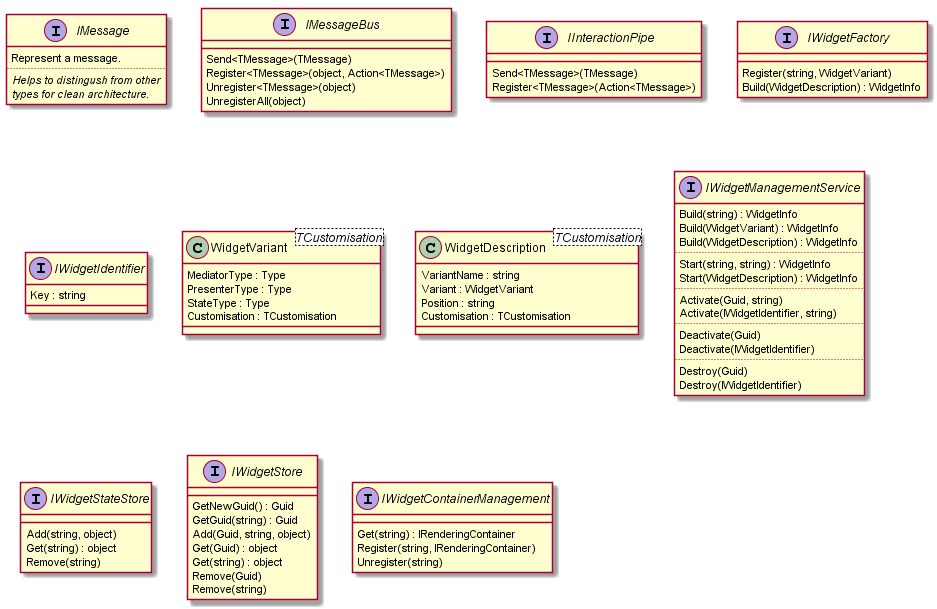
Above: docs/diagrams/architecture.png in akobr/blazor.widgetised (PlantUML), before the change.
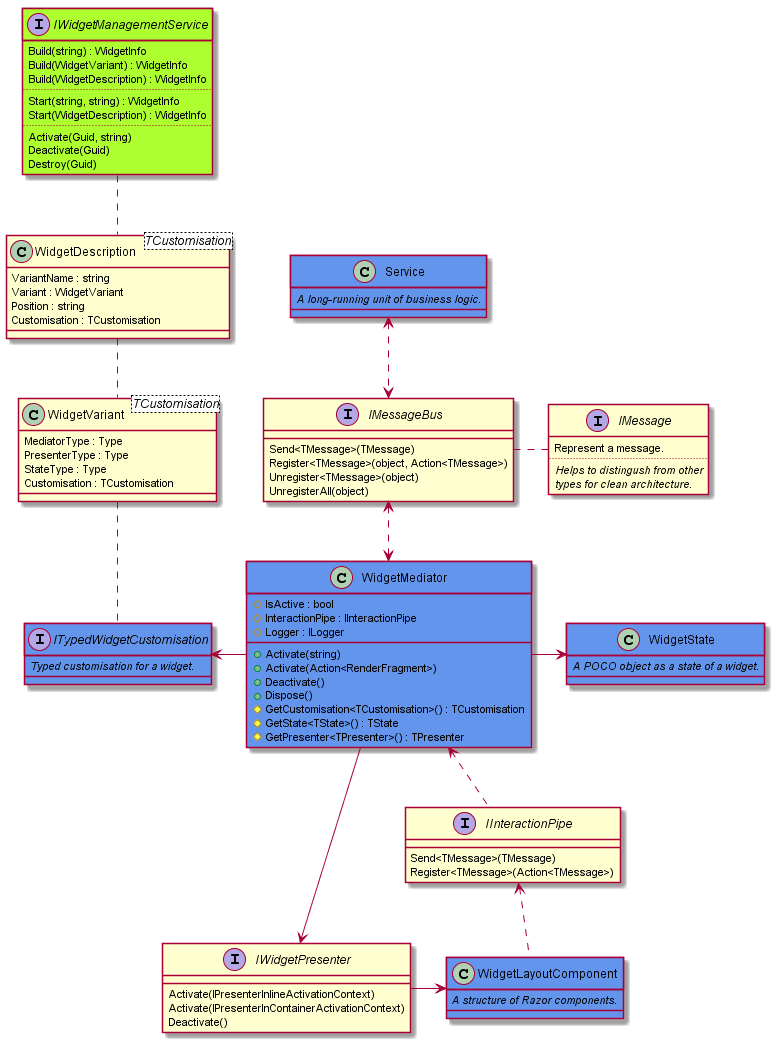
Above is the later version.

What changed in the source:
```diff
@@ -19,15 +19,6 @@
     Register<TMessage>(Action<TMessage>)
 }
 
-interface IWidgetFactory {
-    Register(string, WidgetVariant)
-    Build(WidgetDescription) : WidgetInfo
-}
-
-interface IWidgetIdentifier {
-    Key : string
-}
-
 class WidgetVariant<TCustomisation> {
     MediatorType : Type
     PresenterType : Type
@@ -42,7 +33,7 @@
     Customisation : TCustomisation
 }
 
-interface IWidgetManagementService {
+interface IWidgetManagementService #GreenYellow {
     Build(string) : WidgetInfo
     Build(WidgetVariant) : WidgetInfo
     Build(WidgetDescription) : WidgetInfo
@@ -51,35 +42,59 @@
     Start(WidgetDescription) : WidgetInfo
     ..
     Activate(Guid, string)
-    Activate(IWidgetIdentifier, string)
-    ..
     Deactivate(Guid)
-    Deactivate(IWidgetIdentifier)
-    ..
     Destroy(Guid)
-    Destroy(IWidgetIdentifier)
 }
 
-interface IWidgetStateStore {
-    Add(string, object)
-    Get(string) : object
-    Remove(string)
+class WidgetMediator #CornflowerBlue {
+    #IsActive : bool
+    #InteractionPipe : IInteractionPipe
+    #Logger : ILogger
+    +Activate(string)
+    +Activate(Action<RenderFragment>)
+    +Deactivate()
+    +Dispose()
+    #GetCustomisation<TCustomisation>() : TCustomisation
+    #GetState<TState>() : TState
+    #GetPresenter<TPresenter>() : TPresenter
 }
 
-interface IWidgetStore {
-    GetNewGuid() : Guid
-    GetGuid(string) : Guid
-    Add(Guid, string, object)
-    Get(Guid) : object
-    Get(string) : object
-    Remove(Guid)
-    Remove(string)
+interface IWidgetPresenter {
+    Activate(IPresenterInlineActivationContext)
+    Activate(IPresenterInContainerActivationContext)
+    Deactivate()
 }
 
-interface IWidgetContainerManagement {
-    Get(string) : IRenderingContainer
-    Register(string, IRenderingContainer)
-    Unregister(string)
+interface ITypedWidgetCustomisation #CornflowerBlue {
+    <i>Typed customisation for a widget.</i>
 }
 
+class WidgetState #CornflowerBlue {
+    <i>A POCO object as a state of a widget.</i>
+}
+
+class WidgetLayoutComponent #CornflowerBlue {
+    <i>A structure of Razor components.</i>
+}
+
+class Service #CornflowerBlue {
+    <i>A long-running unit of business logic.</i>
+}
+
+Service <..> IMessageBus
+
+IWidgetManagementService .. WidgetDescription
+WidgetDescription .. WidgetVariant
+WidgetVariant .. ITypedWidgetCustomisation
+
+IMessageBus <..> WidgetMediator
+IMessageBus . IMessage
+
+ITypedWidgetCustomisation <- WidgetMediator
+WidgetMediator -> WidgetState
+WidgetMediator --> IWidgetPresenter
+IWidgetPresenter -> WidgetLayoutComponent
+WidgetMediator <.. IInteractionPipe
+IInteractionPipe <.. WidgetLayoutComponent
+
 @enduml
```
